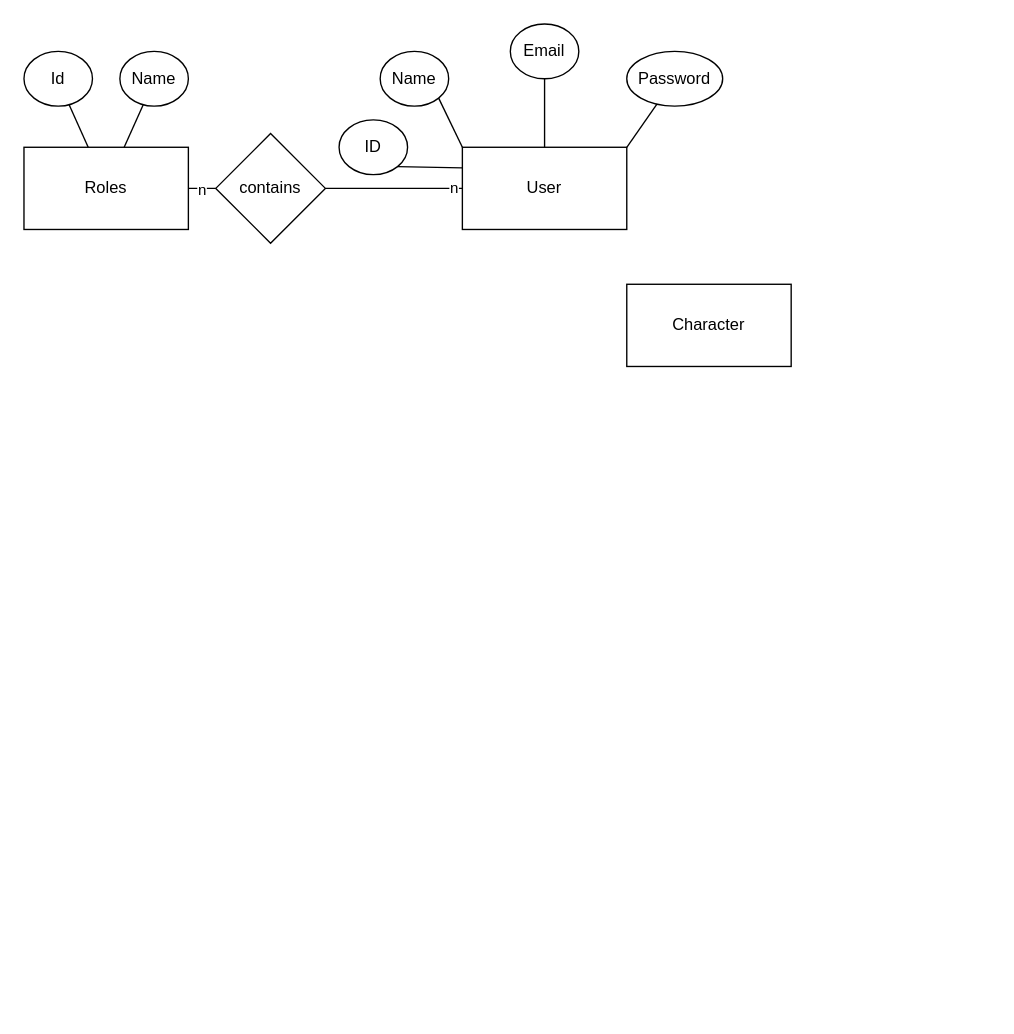
Earlier version of the draw.io diagram diagrams/app-schattenzorn-erm.drawio (Facemirrored/app-schattenzorn). Source tidied: cells renumbered, new cells numbered last; positions are measured from the earlier drawing's top-left corner, leaving out a move shared by most shapes. Both pictures are drawn from the tidied source at 137%, with x=0, y=0 at pixel (23, 23).
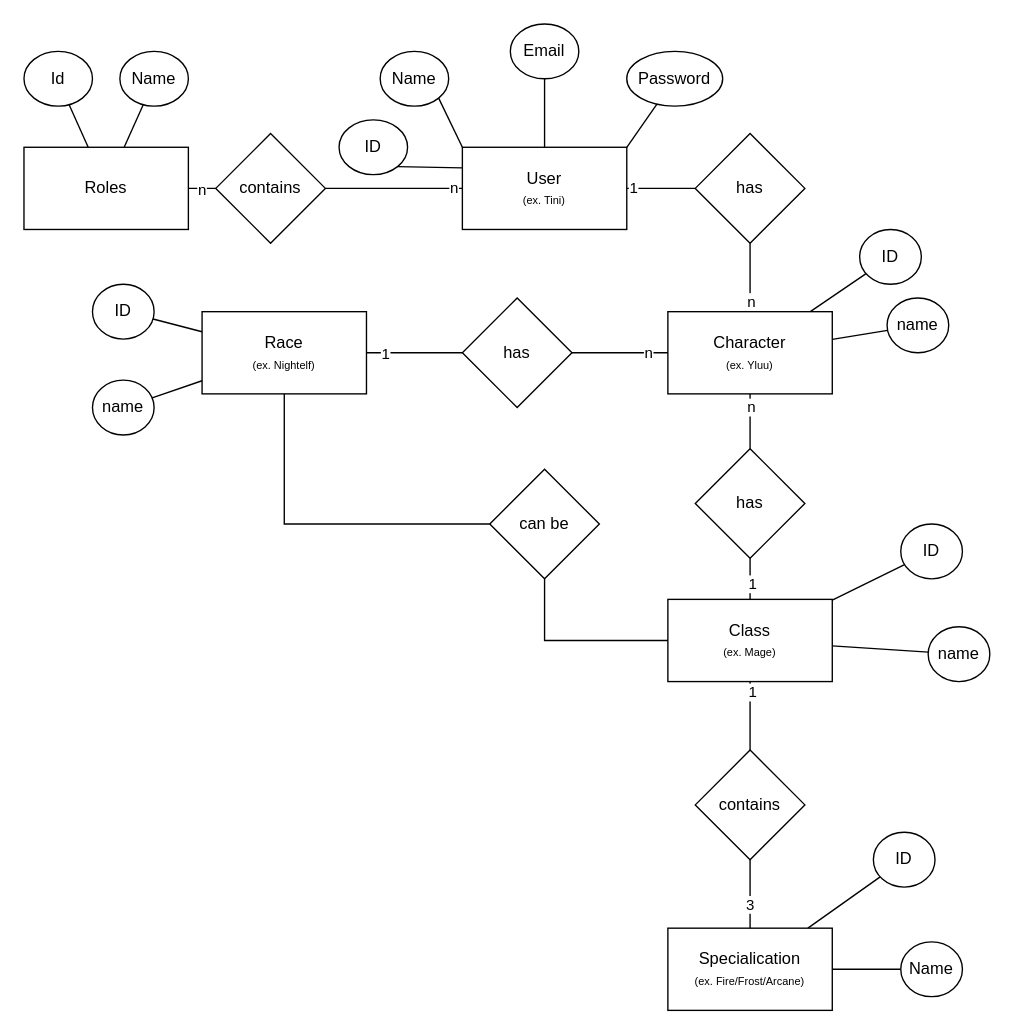
The same diagram, later.

Unchanged cells that the change refers to:
```xml
<mxCell id="4" style="group;" parent="3" vertex="1">
  <mxGeometry x="230" width="280" height="150" as="geometry" />
</mxCell>
```

What changed in the source:
```diff
@@
+    <mxCell id="25" style="rounded=0;jettySize=auto;html=1;startArrow=none;startFill=0;endArrow=none;endFill=0;" parent="1" edge="1" source="2" target="34">
+      <mxGeometry relative="1" as="geometry" />
+    </mxCell>
+    <mxCell id="26" style="edgeStyle=none;rounded=0;jettySize=auto;html=1;startArrow=none;startFill=0;endArrow=none;endFill=0;" parent="1" edge="1" source="2" target="35">
+      <mxGeometry relative="1" as="geometry" />
+    </mxCell>
+    <mxCell id="27" style="edgeStyle=orthogonalEdgeStyle;rounded=0;jettySize=auto;html=1;startArrow=none;startFill=0;endArrow=none;endFill=0;" parent="1" edge="1" source="2" target="41">
+      <mxGeometry relative="1" as="geometry" />
+    </mxCell>
+    <mxCell id="28" value="n" style="edgeLabel;html=1;align=center;verticalAlign=middle;" parent="27" vertex="1">
+      <mxGeometry x="-0.54" relative="1" as="geometry" />
+    </mxCell>
-    <mxCell id="2" value="Character" style="rounded=0;whiteSpace=wrap;html=1;" parent="1" vertex="1">
-      <mxGeometry x="440" y="190" width="120" height="60" as="geometry" />
+    <mxCell id="2" value="Character&lt;br&gt;&lt;font style=&quot;font-size: 8px&quot;&gt;(ex. Yluu)&lt;/font&gt;" style="rounded=0;whiteSpace=wrap;html=1;" parent="1" vertex="1">
+      <mxGeometry x="470" y="210" width="120" height="60" as="geometry" />
     </mxCell>
@@
-    <mxCell id="5" value="User" style="rounded=0;whiteSpace=wrap;html=1;" parent="4" vertex="1">
+    <mxCell id="5" value="User&lt;br&gt;&lt;font style=&quot;font-size: 8px&quot;&gt;(ex. Tini)&lt;/font&gt;" style="rounded=0;whiteSpace=wrap;html=1;" parent="4" vertex="1">
       <mxGeometry x="90" y="90" width="120" height="60" as="geometry" />
     </mxCell>
@@
+    <mxCell id="29" style="edgeStyle=orthogonalEdgeStyle;rounded=0;jettySize=auto;html=1;startArrow=none;startFill=0;endArrow=none;endFill=0;" parent="1" edge="1" source="31" target="2">
+      <mxGeometry relative="1" as="geometry" />
+    </mxCell>
+    <mxCell id="30" value="n" style="edgeLabel;html=1;align=center;verticalAlign=middle;" parent="29" vertex="1">
+      <mxGeometry x="0.68" relative="1" as="geometry" />
+    </mxCell>
+    <mxCell id="31" value="has" style="rhombus;whiteSpace=wrap;html=1;" parent="1" vertex="1">
+      <mxGeometry x="490" y="80" width="80" height="80" as="geometry" />
+    </mxCell>
+    <mxCell id="32" style="edgeStyle=orthogonalEdgeStyle;rounded=0;jettySize=auto;html=1;startArrow=none;startFill=0;endArrow=none;endFill=0;" parent="1" edge="1" source="5" target="31">
+      <mxGeometry relative="1" as="geometry" />
+    </mxCell>
+    <mxCell id="33" value="1" style="edgeLabel;html=1;align=center;verticalAlign=middle;" parent="32" vertex="1">
+      <mxGeometry x="-0.83" y="1" relative="1" as="geometry" />
+    </mxCell>
+    <mxCell id="34" value="ID" style="ellipse;whiteSpace=wrap;html=1;" parent="1" vertex="1">
+      <mxGeometry x="610" y="150" width="45" height="40" as="geometry" />
+    </mxCell>
+    <mxCell id="35" value="name" style="ellipse;whiteSpace=wrap;html=1;" parent="1" vertex="1">
+      <mxGeometry x="630" y="200" width="45" height="40" as="geometry" />
+    </mxCell>
+    <mxCell id="36" style="edgeStyle=orthogonalEdgeStyle;rounded=0;jettySize=auto;html=1;startArrow=none;startFill=0;endArrow=none;endFill=0;" parent="1" edge="1" source="40" target="41">
+      <mxGeometry relative="1" as="geometry" />
+    </mxCell>
+    <mxCell id="37" value="1" style="edgeLabel;html=1;align=center;verticalAlign=middle;" parent="36" vertex="1">
+      <mxGeometry x="-0.52" y="-1" relative="1" as="geometry" />
+    </mxCell>
+    <mxCell id="38" style="edgeStyle=orthogonalEdgeStyle;rounded=0;jettySize=auto;html=1;startArrow=none;startFill=0;endArrow=none;endFill=0;" parent="1" edge="1" source="40" target="51">
+      <mxGeometry relative="1" as="geometry" />
+    </mxCell>
+    <mxCell id="39" value="1" style="edgeLabel;html=1;align=center;verticalAlign=middle;" parent="38" vertex="1">
+      <mxGeometry x="-0.71" y="1" relative="1" as="geometry" />
+    </mxCell>
+    <mxCell id="40" value="Class&lt;br&gt;&lt;font style=&quot;font-size: 8px&quot;&gt;(ex. Mage)&lt;/font&gt;" style="rounded=0;whiteSpace=wrap;html=1;" parent="1" vertex="1">
+      <mxGeometry x="470" y="420" width="120" height="60" as="geometry" />
+    </mxCell>
+    <mxCell id="41" value="has" style="rhombus;whiteSpace=wrap;html=1;" parent="1" vertex="1">
+      <mxGeometry x="490" y="310" width="80" height="80" as="geometry" />
+    </mxCell>
+    <mxCell id="42" style="edgeStyle=none;rounded=0;jettySize=auto;html=1;startArrow=none;startFill=0;endArrow=none;endFill=0;" parent="1" edge="1" source="43" target="40">
+      <mxGeometry relative="1" as="geometry" />
+    </mxCell>
+    <mxCell id="43" value="ID" style="ellipse;whiteSpace=wrap;html=1;" parent="1" vertex="1">
+      <mxGeometry x="640" y="365" width="45" height="40" as="geometry" />
+    </mxCell>
+    <mxCell id="44" style="edgeStyle=none;rounded=0;jettySize=auto;html=1;startArrow=none;startFill=0;endArrow=none;endFill=0;" parent="1" edge="1" source="45" target="40">
+      <mxGeometry relative="1" as="geometry" />
+    </mxCell>
+    <mxCell id="45" value="name" style="ellipse;whiteSpace=wrap;html=1;" parent="1" vertex="1">
+      <mxGeometry x="660" y="440" width="45" height="40" as="geometry" />
+    </mxCell>
+    <mxCell id="46" style="rounded=0;jettySize=auto;html=1;startArrow=none;startFill=0;endArrow=none;endFill=0;" parent="1" edge="1" source="48" target="52">
+      <mxGeometry relative="1" as="geometry" />
+    </mxCell>
+    <mxCell id="47" style="edgeStyle=none;rounded=0;jettySize=auto;html=1;startArrow=none;startFill=0;endArrow=none;endFill=0;" parent="1" edge="1" source="48" target="53">
+      <mxGeometry relative="1" as="geometry" />
+    </mxCell>
+    <mxCell id="48" value="Specialication&lt;br&gt;&lt;font style=&quot;font-size: 8px&quot;&gt;(ex. Fire/Frost/Arcane)&lt;/font&gt;" style="rounded=0;whiteSpace=wrap;html=1;" parent="1" vertex="1">
+      <mxGeometry x="470" y="660" width="120" height="60" as="geometry" />
+    </mxCell>
+    <mxCell id="49" style="edgeStyle=orthogonalEdgeStyle;rounded=0;jettySize=auto;html=1;startArrow=none;startFill=0;endArrow=none;endFill=0;" parent="1" edge="1" source="51" target="48">
+      <mxGeometry relative="1" as="geometry" />
+    </mxCell>
+    <mxCell id="50" value="3" style="edgeLabel;html=1;align=center;verticalAlign=middle;" parent="49" vertex="1">
+      <mxGeometry x="0.28" y="-1" relative="1" as="geometry" />
+    </mxCell>
+    <mxCell id="51" value="contains" style="rhombus;whiteSpace=wrap;html=1;" parent="1" vertex="1">
+      <mxGeometry x="490" y="530" width="80" height="80" as="geometry" />
+    </mxCell>
+    <mxCell id="52" value="ID" style="ellipse;whiteSpace=wrap;html=1;" parent="1" vertex="1">
+      <mxGeometry x="620" y="590" width="45" height="40" as="geometry" />
+    </mxCell>
+    <mxCell id="53" value="Name" style="ellipse;whiteSpace=wrap;html=1;" parent="1" vertex="1">
+      <mxGeometry x="640" y="670" width="45" height="40" as="geometry" />
+    </mxCell>
+    <mxCell id="54" style="edgeStyle=orthogonalEdgeStyle;rounded=0;jettySize=auto;html=1;startArrow=none;startFill=0;endArrow=none;endFill=0;" parent="1" edge="1" source="55" target="66">
+      <mxGeometry relative="1" as="geometry">
+        <Array as="points">
+          <mxPoint x="190" y="365" />
+        </Array>
+      </mxGeometry>
+    </mxCell>
+    <mxCell id="55" value="Race&lt;br&gt;&lt;font style=&quot;font-size: 8px&quot;&gt;(ex. Nightelf)&lt;/font&gt;" style="rounded=0;whiteSpace=wrap;html=1;" parent="1" vertex="1">
+      <mxGeometry x="130" y="210" width="120" height="60" as="geometry" />
+    </mxCell>
+    <mxCell id="56" style="edgeStyle=orthogonalEdgeStyle;rounded=0;jettySize=auto;html=1;startArrow=none;startFill=0;endArrow=none;endFill=0;" parent="1" edge="1" source="60" target="2">
+      <mxGeometry relative="1" as="geometry" />
+    </mxCell>
+    <mxCell id="57" value="n" style="edgeLabel;html=1;align=center;verticalAlign=middle;" parent="56" vertex="1">
+      <mxGeometry x="0.57" y="1" relative="1" as="geometry" />
+    </mxCell>
+    <mxCell id="58" style="edgeStyle=orthogonalEdgeStyle;rounded=0;jettySize=auto;html=1;startArrow=none;startFill=0;endArrow=none;endFill=0;" parent="1" edge="1" source="60" target="55">
+      <mxGeometry relative="1" as="geometry" />
+    </mxCell>
+    <mxCell id="59" value="1" style="edgeLabel;html=1;align=center;verticalAlign=middle;" parent="58" vertex="1">
+      <mxGeometry x="0.62" relative="1" as="geometry" />
+    </mxCell>
+    <mxCell id="60" value="has" style="rhombus;whiteSpace=wrap;html=1;" parent="1" vertex="1">
+      <mxGeometry x="320" y="200" width="80" height="80" as="geometry" />
+    </mxCell>
+    <mxCell id="61" style="rounded=0;jettySize=auto;html=1;startArrow=none;startFill=0;endArrow=none;endFill=0;" parent="1" edge="1" source="62" target="55">
+      <mxGeometry relative="1" as="geometry" />
+    </mxCell>
+    <mxCell id="62" value="ID" style="ellipse;whiteSpace=wrap;html=1;" parent="1" vertex="1">
+      <mxGeometry x="50" y="190" width="45" height="40" as="geometry" />
+    </mxCell>
+    <mxCell id="63" style="edgeStyle=none;rounded=0;jettySize=auto;html=1;startArrow=none;startFill=0;endArrow=none;endFill=0;" parent="1" edge="1" source="64" target="55">
+      <mxGeometry relative="1" as="geometry" />
+    </mxCell>
+    <mxCell id="64" value="name" style="ellipse;whiteSpace=wrap;html=1;" parent="1" vertex="1">
+      <mxGeometry x="50" y="260" width="45" height="40" as="geometry" />
+    </mxCell>
+    <mxCell id="65" style="edgeStyle=orthogonalEdgeStyle;rounded=0;jettySize=auto;html=1;startArrow=none;startFill=0;endArrow=none;endFill=0;exitX=0.5;exitY=1;exitDx=0;exitDy=0;" parent="1" edge="1" source="66" target="40">
+      <mxGeometry relative="1" as="geometry">
+        <Array as="points">
+          <mxPoint x="380" y="450" />
+        </Array>
+      </mxGeometry>
+    </mxCell>
+    <mxCell id="66" value="can be" style="rhombus;whiteSpace=wrap;html=1;" parent="1" vertex="1">
+      <mxGeometry x="340" y="325" width="80" height="80" as="geometry" />
+    </mxCell>
```
